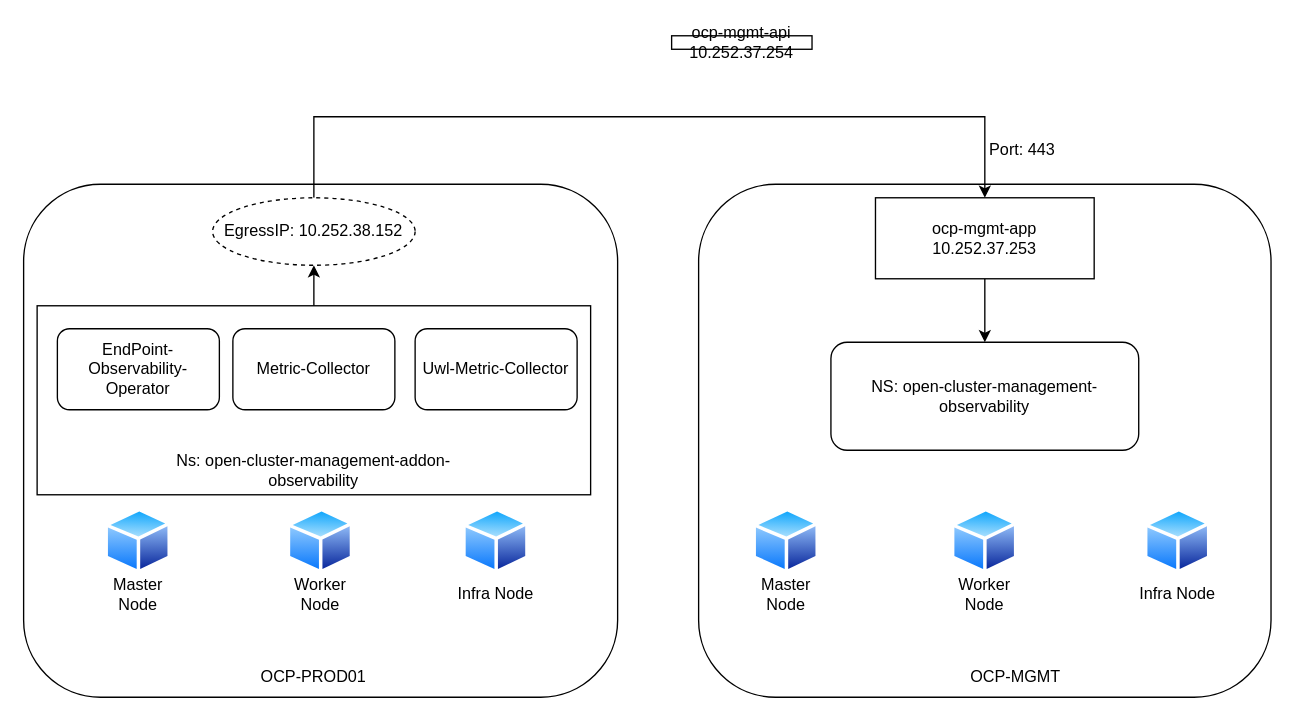
Earlier version of the draw.io diagram Biểu đồ không có tiêu đề.drawio (XuanNgo0801/openshift-practice). Source tidied: cells renumbered, new cells numbered last; positions are measured from the earlier drawing's top-left corner, leaving out a move shared by most shapes. Both pictures are drawn from the tidied source at 135%, with x=0, y=0 at pixel (23, 35).
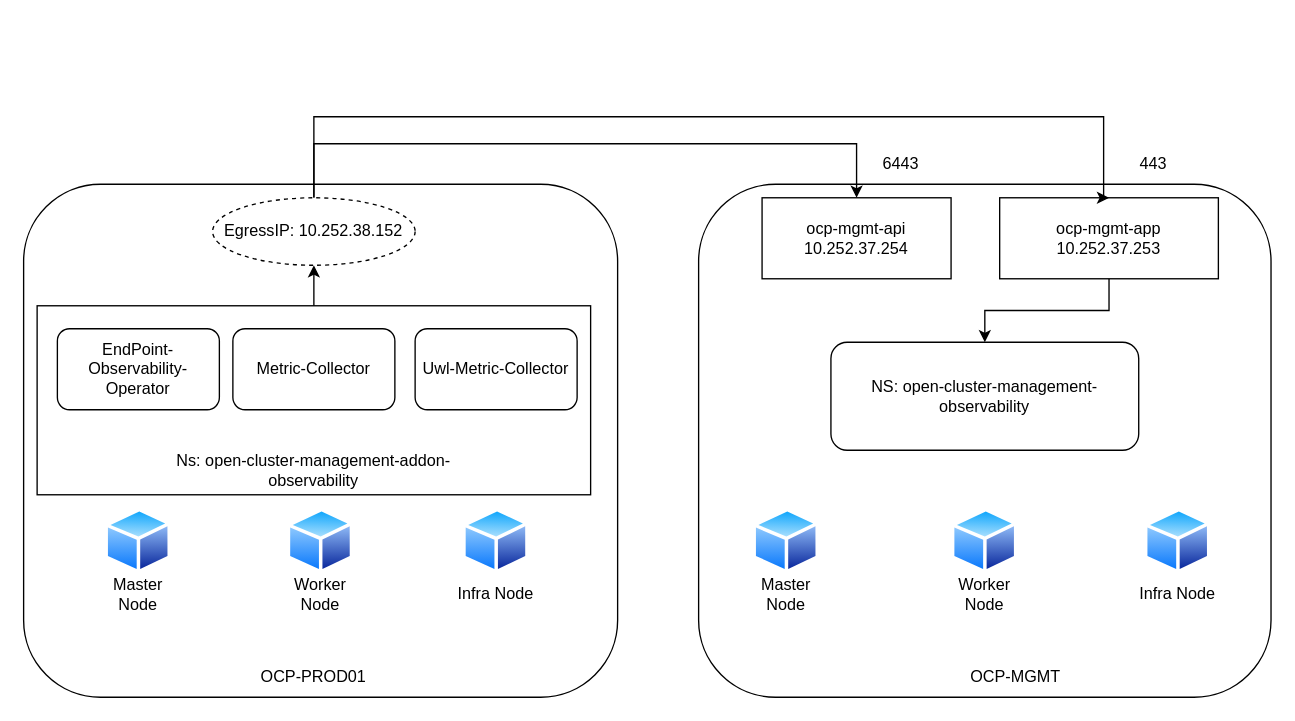
After the change.

The change refers to these unchanged cells:
```xml
<mxCell id="28" value="EgressIP: 10.252.38.152" style="ellipse;whiteSpace=wrap;html=1;align=center;dashed=1;" parent="1" vertex="1">
  <mxGeometry x="140" y="120" width="150" height="50" as="geometry" />
</mxCell>
```

What changed in the source:
```diff
@@
     <mxCell id="18" value="ocp-mgmt-app&lt;br style=&quot;border-color: var(--border-color);&quot;&gt;10.252.37.253" style="rounded=0;whiteSpace=wrap;html=1;" parent="1" vertex="1">
-      <mxGeometry x="631" y="120" width="162" height="60" as="geometry" />
+      <mxGeometry x="723" y="120" width="162" height="60" as="geometry" />
     </mxCell>
     <mxCell id="19" value="ocp-mgmt-api&lt;br style=&quot;border-color: var(--border-color);&quot;&gt;10.252.37.254" style="rounded=0;whiteSpace=wrap;html=1;" parent="1" vertex="1">
-      <mxGeometry x="480" width="104" height="10" as="geometry" />
+      <mxGeometry x="547" y="120" width="140" height="60" as="geometry" />
     </mxCell>
-    <mxCell id="20" value="Port: 443" style="text;html=1;strokeColor=none;fillColor=none;align=center;verticalAlign=middle;whiteSpace=wrap;rounded=0;" parent="1" vertex="1">
-      <mxGeometry x="710" y="70" width="60" height="30" as="geometry" />
+    <mxCell id="20" value="443" style="text;html=1;strokeColor=none;fillColor=none;align=center;verticalAlign=middle;whiteSpace=wrap;rounded=0;" parent="1" vertex="1">
+      <mxGeometry x="807" y="80" width="60" height="30" as="geometry" />
     </mxCell>
@@
     <mxCell id="27" style="edgeStyle=orthogonalEdgeStyle;rounded=0;jettySize=auto;html=1;entryX=0.5;entryY=0;entryDx=0;entryDy=0;" parent="1" edge="1" source="28" target="18">
       <mxGeometry relative="1" as="geometry">
         <Array as="points">
           <mxPoint x="215" y="60" />
-          <mxPoint x="712" y="60" />
+          <mxPoint x="800" y="60" />
+          <mxPoint x="800" y="120" />
         </Array>
       </mxGeometry>
     </mxCell>
+    <mxCell id="31" style="edgeStyle=orthogonalEdgeStyle;rounded=0;jettySize=auto;html=1;entryX=0.5;entryY=0;entryDx=0;entryDy=0;" parent="1" edge="1" source="28" target="19">
+      <mxGeometry relative="1" as="geometry">
+        <Array as="points">
+          <mxPoint x="215" y="80" />
+          <mxPoint x="617" y="80" />
+        </Array>
+      </mxGeometry>
+    </mxCell>
@@
+    <mxCell id="30" value="NS: open-cluster-management-observability" style="rounded=1;whiteSpace=wrap;html=1;" parent="1" vertex="1">
+      <mxGeometry x="598" y="227" width="228" height="80" as="geometry" />
+    </mxCell>
+    <mxCell id="32" value="6443" style="text;html=1;strokeColor=none;fillColor=none;align=center;verticalAlign=middle;whiteSpace=wrap;rounded=0;" parent="1" vertex="1">
+      <mxGeometry x="620" y="80" width="60" height="30" as="geometry" />
+    </mxCell>
@@
-    <mxCell id="30" value="NS: open-cluster-management-observability" style="rounded=1;whiteSpace=wrap;html=1;" parent="1" vertex="1">
-      <mxGeometry x="598" y="227" width="228" height="80" as="geometry" />
-    </mxCell>
```
